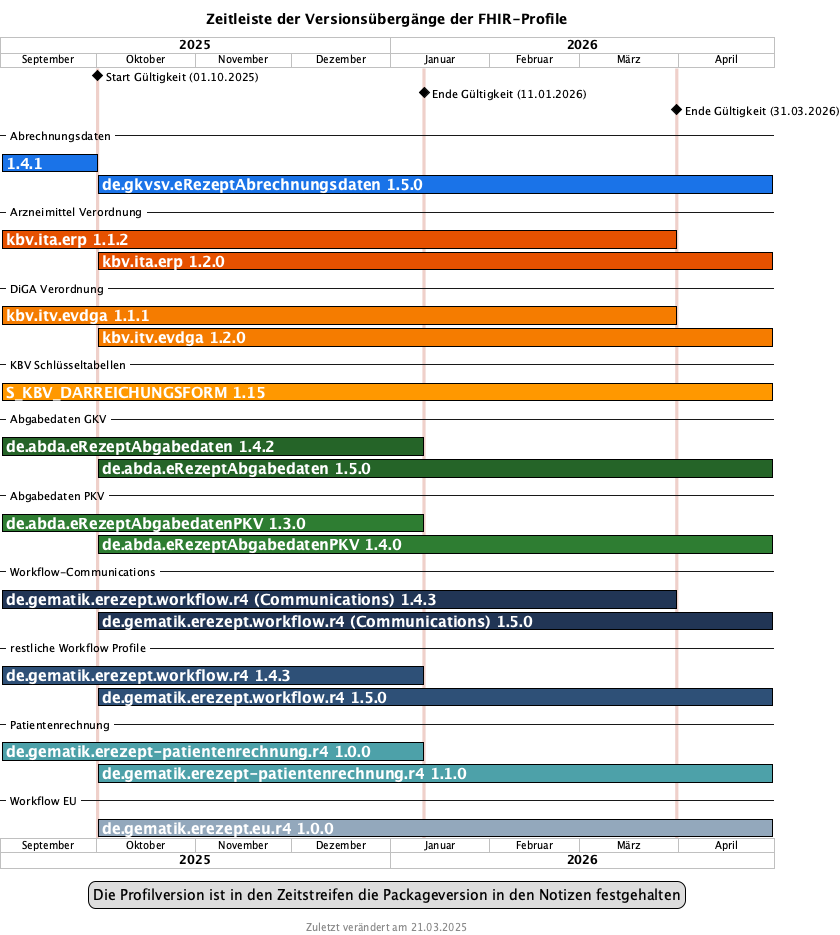
Before: images/puml_fhir_version_timeline.png, a diagram exported from PlantUML (gematik/api-erp). Its diagram source:
```plantuml
@startgantt fhir_version_timeline
language de

<style>
ganttDiagram {
   task {
      BackGroundColor GreenYellow
      LineColor Green
      FontColor white
      FontSize 15
      FontStyle bold
   }
}
</style>
title Zeitleiste der Versionsübergänge der FHIR-Profile
footer Zuletzt verändert am 21.03.2025

projectscale monthly zoom 3
Project starts 2025-09-01

2025-10-01 is colored #EFD0CA
2026-01-11 is colored #EFD0CA
2026-03-31 is colored #EFD0CA

[Start Gültigkeit (01.10.2025)] happens on 2025-10-01
[Ende Gültigkeit (11.01.2026)] happens on 2026-01-11
[Ende Gültigkeit (31.03.2026)] happens on 2026-03-31

-- Abrechnungsdaten --
[1.4.1] starts 2025-09-01 and ends 2025-10-01
[1.4.1] is colored in #1a73e8/black
[de.gkvsv.eRezeptAbrechnungsdaten 1.5.0] starts 2025-10-01 and ends 2026-04-30
[de.gkvsv.eRezeptAbrechnungsdaten 1.5.0] is colored in #1a73e8/black

-- Arzneimittel Verordnung --

[kbv.ita.erp 1.1.2] starts 2025-09-01 and ends 2026-03-31
[kbv.ita.erp 1.1.2] is colored in #e65100/black
[kbv.ita.erp 1.2.0] starts 2025-10-01 and ends 2026-04-30
[kbv.ita.erp 1.2.0] is colored in #e65100/black

-- DiGA Verordnung --

[kbv.itv.evdga 1.1.1] starts 2025-09-01 and ends 2026-03-31
[kbv.itv.evdga 1.1.1] is colored in #f57c00/black
[kbv.itv.evdga 1.2.0] starts 2025-10-01 and ends 2026-04-30
[kbv.itv.evdga 1.2.0] is colored in #f57c00/black

-- KBV Schlüsseltabellen --
[S_KBV_DARREICHUNGSFORM 1.15] starts 2025-09-01 and ends 2026-04-30
[S_KBV_DARREICHUNGSFORM 1.15] is colored in #ff9800/black

-- Abgabedaten GKV --
[de.abda.eRezeptAbgabedaten 1.4.2] starts 2025-09-01 and ends 2026-01-11
[de.abda.eRezeptAbgabedaten 1.4.2] is colored in #256428/black
[de.abda.eRezeptAbgabedaten 1.5.0] starts 2025-10-01 and ends 2026-04-30
[de.abda.eRezeptAbgabedaten 1.5.0] is colored in #256428/black

-- Abgabedaten PKV --
[de.abda.eRezeptAbgabedatenPKV 1.3.0] starts 2025-09-01 and ends 2026-01-11
[de.abda.eRezeptAbgabedatenPKV 1.3.0] is colored in #2e7d32/black
[de.abda.eRezeptAbgabedatenPKV 1.4.0] starts 2025-10-01 and ends 2026-04-30
[de.abda.eRezeptAbgabedatenPKV 1.4.0] is colored in #2e7d32/black

-- Workflow-Communications --

[de.gematik.erezept.workflow.r4 (Communications) 1.4.3] starts 2025-09-01 and ends 2026-03-31
[de.gematik.erezept.workflow.r4 (Communications) 1.4.3] is colored in #213555/black
[de.gematik.erezept.workflow.r4 (Communications) 1.5.0] starts 2025-10-01 and ends 2026-04-30
[de.gematik.erezept.workflow.r4 (Communications) 1.5.0] is colored in #213555/black

-- restliche Workflow Profile --
[de.gematik.erezept.workflow.r4 1.4.3] starts 2025-09-01 and ends 2026-01-11
[de.gematik.erezept.workflow.r4 1.4.3] is colored in #2E5077/black
[de.gematik.erezept.workflow.r4 1.5.0] starts 2025-10-01 and ends 2026-04-30
[de.gematik.erezept.workflow.r4 1.5.0] is colored in #2E5077/black

-- Patientenrechnung --
[de.gematik.erezept-patientenrechnung.r4 1.0.0] starts 2025-09-01 and ends 2026-01-11
[de.gematik.erezept-patientenrechnung.r4 1.0.0] is colored in #4DA1A9/black
[de.gematik.erezept-patientenrechnung.r4 1.1.0] starts 2025-10-01 and ends 2026-04-30
[de.gematik.erezept-patientenrechnung.r4 1.1.0] is colored in #4DA1A9/black

-- Workflow EU --
[de.gematik.erezept.eu.r4 1.0.0] starts 2025-10-01 and ends 2026-04-30
[de.gematik.erezept.eu.r4 1.0.0] is colored in #93a8bc/black

legend
Die Profilversion ist in den Zeitstreifen die Packageversion in den Notizen festgehalten
end legend

@endgantt
```
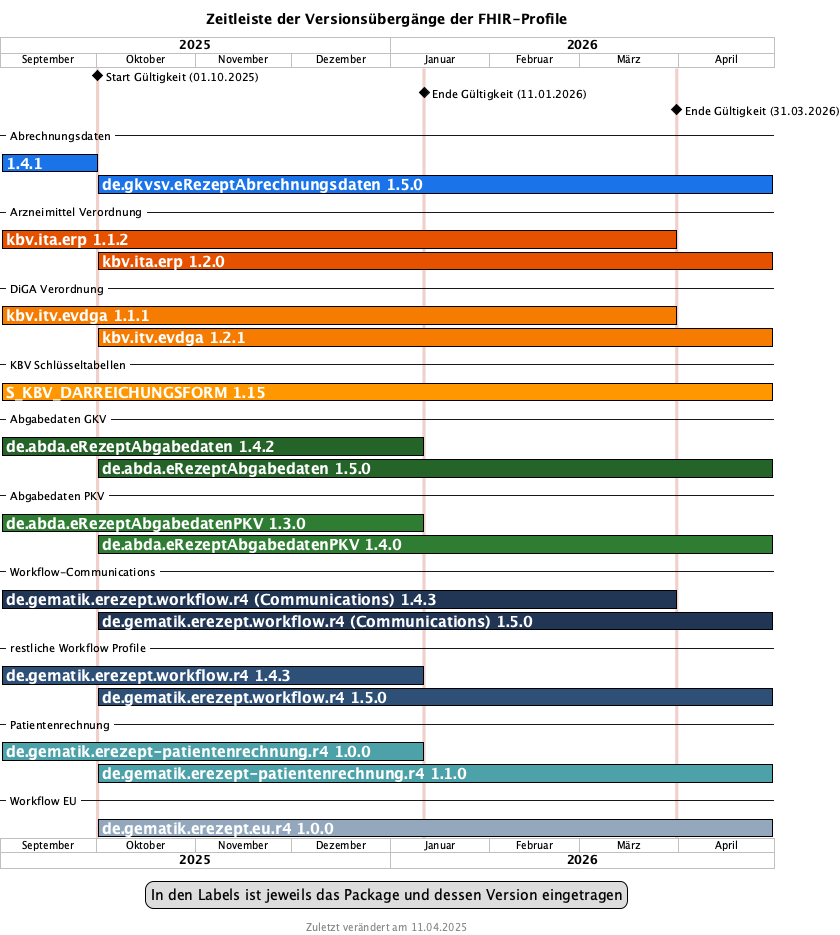
The same diagram one commit later.

The edit, as a diff of the source:
```diff
@@ -13,7 +13,7 @@
 }
 </style>
 title Zeitleiste der Versionsübergänge der FHIR-Profile
-footer Zuletzt verändert am 21.03.2025
+footer Zuletzt verändert am 11.04.2025
 
 projectscale monthly zoom 3
 Project starts 2025-09-01
@@ -43,8 +43,8 @@
 
 [kbv.itv.evdga 1.1.1] starts 2025-09-01 and ends 2026-03-31
 [kbv.itv.evdga 1.1.1] is colored in #f57c00/black
-[kbv.itv.evdga 1.2.0] starts 2025-10-01 and ends 2026-04-30
-[kbv.itv.evdga 1.2.0] is colored in #f57c00/black
+[kbv.itv.evdga 1.2.1] starts 2025-10-01 and ends 2026-04-30
+[kbv.itv.evdga 1.2.1] is colored in #f57c00/black
 
 -- KBV Schlüsseltabellen --
 [S_KBV_DARREICHUNGSFORM 1.15] starts 2025-09-01 and ends 2026-04-30
@@ -86,7 +86,7 @@
 [de.gematik.erezept.eu.r4 1.0.0] is colored in #93a8bc/black
 
 legend
-Die Profilversion ist in den Zeitstreifen die Packageversion in den Notizen festgehalten
+In den Labels ist jeweils das Package und dessen Version eingetragen
 end legend
 
 @endgantt
```
